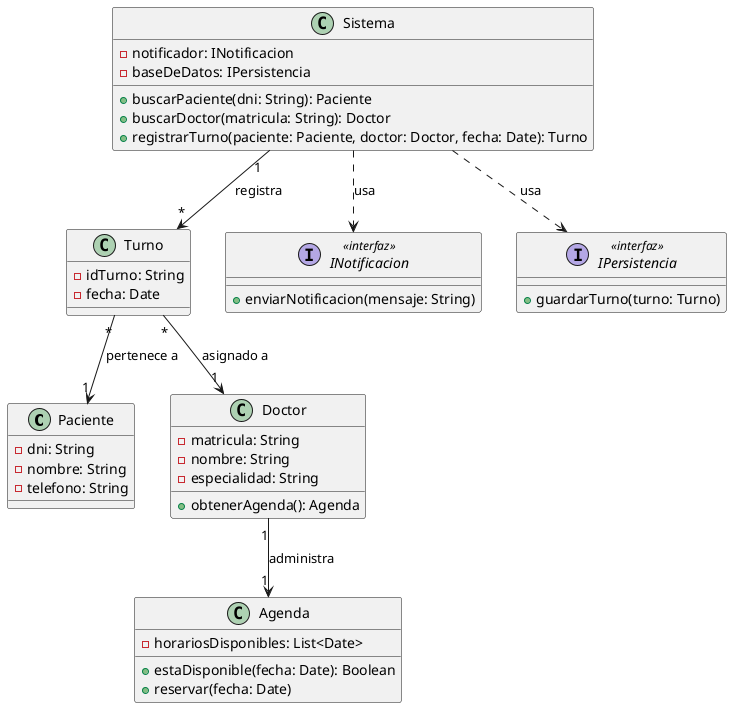
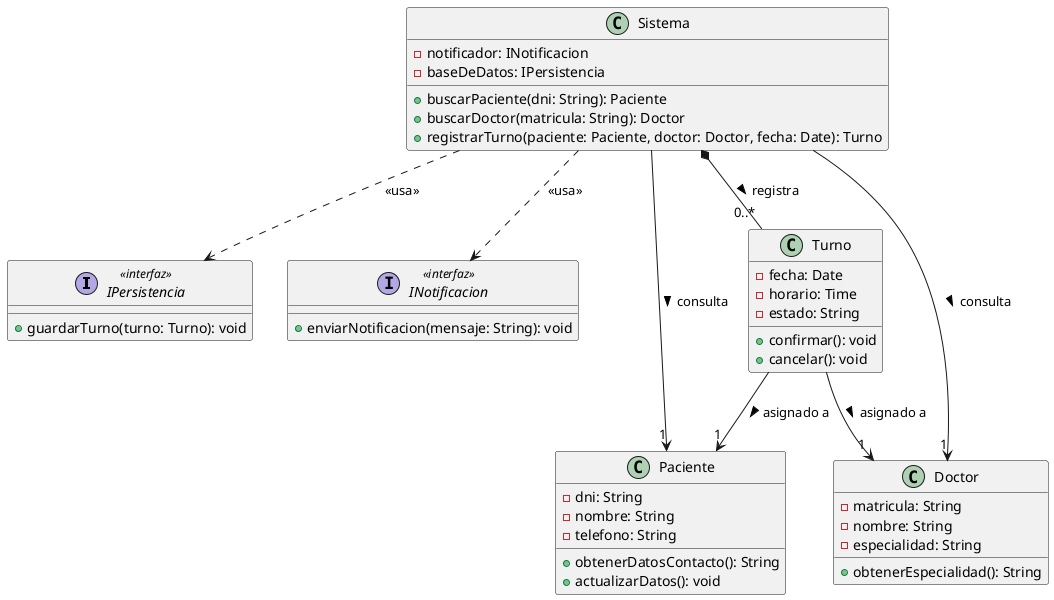
- @startuml
- ' Diagrama de Clases - Solicitar Turno con correcciones SOLID
+ @startuml 01-clases-solicitar-turno-01
+ 
+ interface IPersistencia <<interfaz>> {
+   + guardarTurno(turno: Turno): void
+ }
+ 
+ interface INotificacion <<interfaz>> {
+   + enviarNotificacion(mensaje: String): void
+ }

class Paciente {
  - dni: String
  - nombre: String
  - telefono: String
+   + obtenerDatosContacto(): String
+   + actualizarDatos(): void
}

class Doctor {
  - matricula: String
  - nombre: String
  - especialidad: String
-   + obtenerAgenda(): Agenda
- }
- 
- class Agenda {
-   - horariosDisponibles: List<Date>
-   + estaDisponible(fecha: Date): Boolean
-   + reservar(fecha: Date)
+   + obtenerEspecialidad(): String
}

class Turno {
-   - idTurno: String
  - fecha: Date
- }
- 
- interface INotificacion <<interfaz>> {
-   + enviarNotificacion(mensaje: String)
- }
- 
- interface IPersistencia <<interfaz>> {
-   + guardarTurno(turno: Turno)
+   - horario: Time
+   - estado: String
+   + confirmar(): void
+   + cancelar(): void
}

class Sistema {
  - notificador: INotificacion
  - baseDeDatos: IPersistencia
  + buscarPaciente(dni: String): Paciente
  + buscarDoctor(matricula: String): Doctor
  + registrarTurno(paciente: Paciente, doctor: Doctor, fecha: Date): Turno
}

- ' Relaciones UML
- Sistema ..> INotificacion : usa
- Sistema ..> IPersistencia : usa
+ Sistema ..> IPersistencia : <<usa>>
+ Sistema ..> INotificacion : <<usa>>

- Doctor "1" --> "1" Agenda : administra
- Sistema "1" --> "*" Turno : registra
- Turno "*" --> "1" Paciente : pertenece a
- Turno "*" --> "1" Doctor : asignado a
+ Sistema --> "1" Doctor : consulta >
+ Sistema --> "1" Paciente : consulta >
+ Turno --> "1" Paciente : asignado a >
+ Turno --> "1" Doctor : asignado a >
+ 
+ Sistema *-- "0..*" Turno : registra >

@enduml